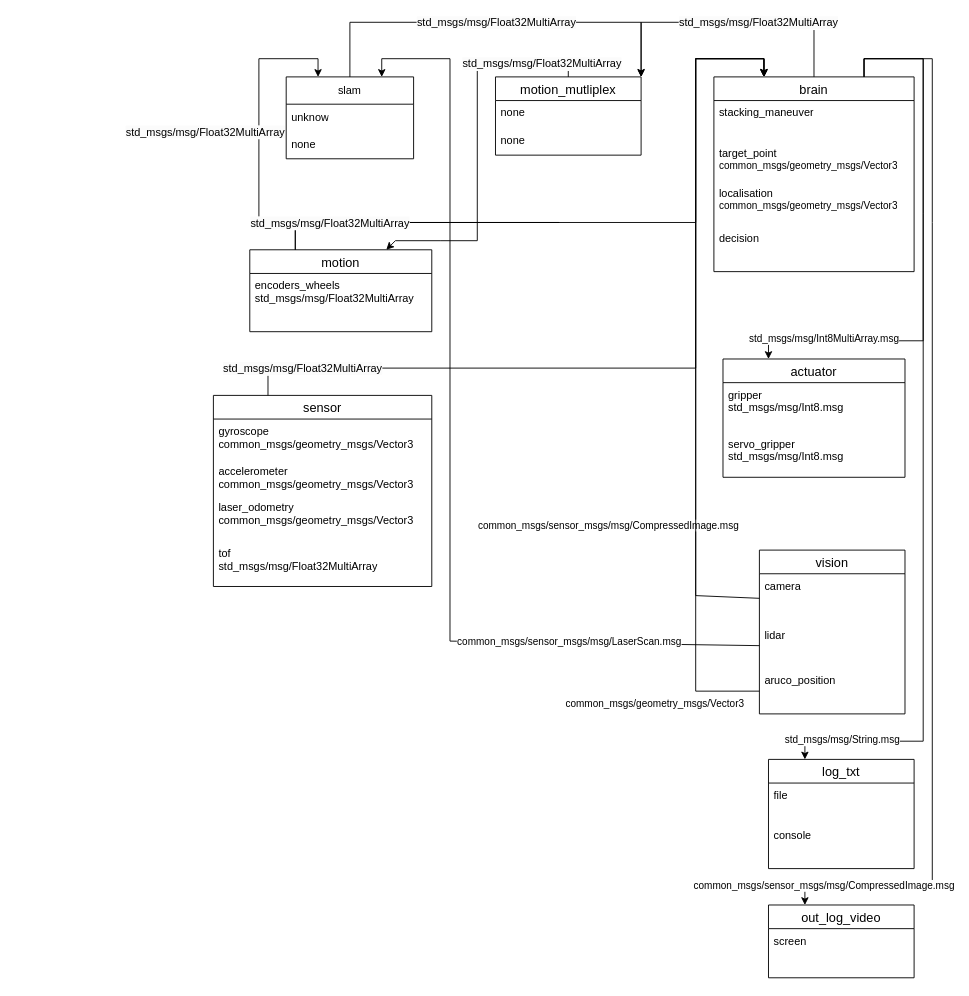
The draw.io diagram software/software_cdf_2025.drawio in Betamax58/coupe-de-france, before the edit. Source tidied: cells renumbered, new cells numbered last; positions are measured from the earlier drawing's top-left corner, leaving out a move shared by most shapes. Both pictures are drawn from the tidied source at 91%, with x=0, y=0 at pixel (213, 22).
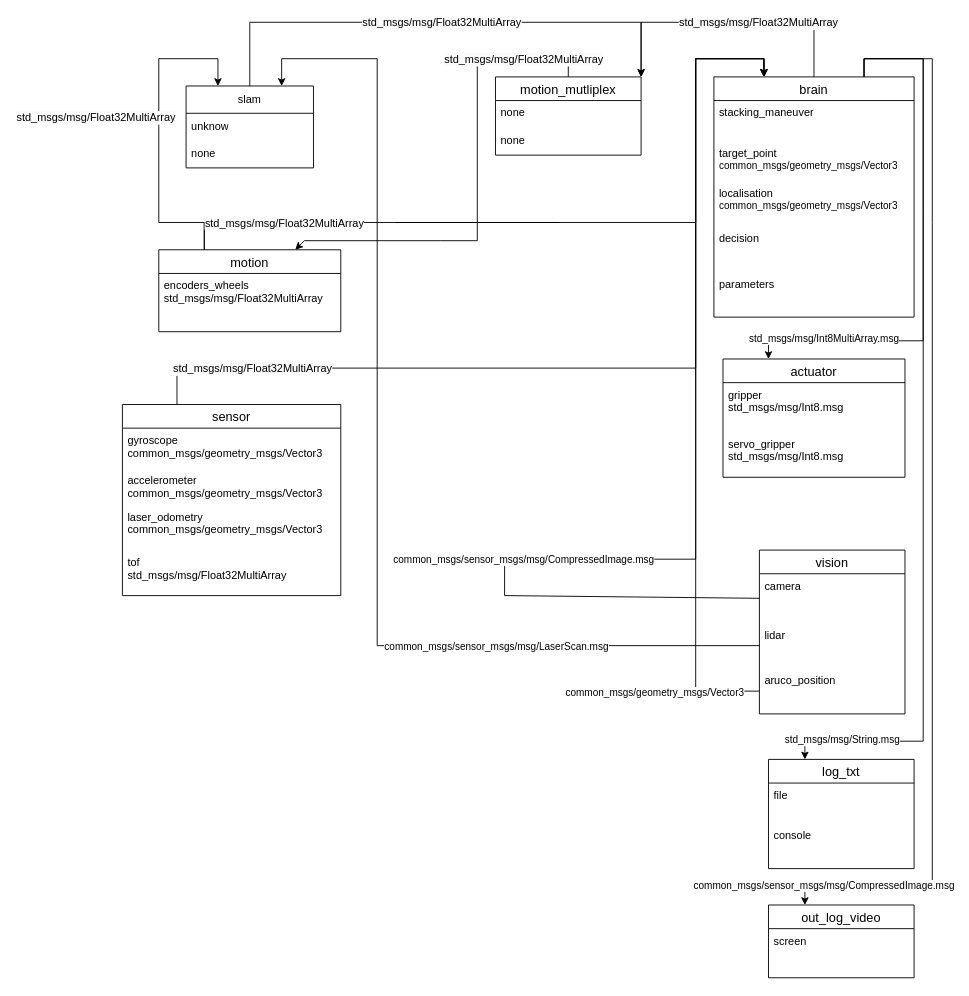
After the change.

Commit message (it also covers changes not shown here):
Mettre à jour software_cdf_2025.drawio

The change refers to these unchanged cells:
```xml
<mxCell id="6" value="camera" style="text;strokeColor=none;fillColor=none;spacingLeft=4;spacingRight=4;overflow=hidden;points=[[0,0.5],[1,0.5]];portConstraint=eastwest;fontSize=12;whiteSpace=wrap;html=1;" parent="5" vertex="1">
  <mxGeometry y="26" width="160" height="54" as="geometry" />
</mxCell>
<mxCell id="7" value="lidar" style="text;strokeColor=none;fillColor=none;spacingLeft=4;spacingRight=4;overflow=hidden;points=[[0,0.5],[1,0.5]];portConstraint=eastwest;fontSize=12;whiteSpace=wrap;html=1;" parent="5" vertex="1">
  <mxGeometry y="80" width="160" height="50" as="geometry" />
</mxCell>
<mxCell id="34" value="motion_mutliplex" style="swimlane;fontStyle=0;horizontal=1;startSize=26;align=center;fontSize=14;" parent="1" vertex="1">
  <mxGeometry x="310" y="60" width="160" height="86" as="geometry" />
</mxCell>
<mxCell id="54" style="endArrow=classic;html=1;rounded=0;exitX=0;exitY=0.5;exitDx=0;exitDy=0;entryX=0.25;entryY=0;entryDx=0;entryDy=0;" parent="1" edge="1" source="8" target="16">
  <mxGeometry relative="1" as="geometry">
    <Array as="points">
      <mxPoint x="530" y="735" />
      <mxPoint x="530" y="40" />
      <mxPoint x="605" y="40" />
    </Array>
  </mxGeometry>
</mxCell>
```

The edit, as a diff of the source:
```diff
@@
     <mxCell id="9" value="sensor" style="swimlane;fontStyle=0;horizontal=1;startSize=26;align=center;fontSize=14;" parent="1" vertex="1">
-      <mxGeometry y="410" width="240" height="210" as="geometry" />
+      <mxGeometry x="-100" y="420" width="240" height="210" as="geometry" />
     </mxCell>
@@
     <mxCell id="14" value="motion" style="swimlane;fontStyle=0;horizontal=1;startSize=26;align=center;fontSize=14;" parent="1" vertex="1">
-      <mxGeometry x="40" y="250" width="200" height="90" as="geometry" />
+      <mxGeometry x="-60" y="250" width="200" height="90" as="geometry" />
     </mxCell>
@@
     <mxCell id="16" value="brain" style="swimlane;fontStyle=0;horizontal=1;startSize=26;align=center;fontSize=14;" parent="1" vertex="1">
-      <mxGeometry x="550" y="60" width="220" height="214" as="geometry" />
+      <mxGeometry x="550" y="60" width="220" height="264" as="geometry" />
     </mxCell>
@@
+    <mxCell id="56" value="parameters" style="text;strokeColor=none;fillColor=none;spacingLeft=4;spacingRight=4;overflow=hidden;fontSize=12;whiteSpace=wrap;html=1;" parent="16" vertex="1">
+      <mxGeometry y="214" width="220" height="50" as="geometry" />
+    </mxCell>
     <mxCell id="21" value="slam" style="swimlane;fontStyle=0;horizontal=1;startSize=30;whiteSpace=wrap;html=1;" parent="1" vertex="1">
-      <mxGeometry x="80" y="60" width="140" height="90" as="geometry" />
+      <mxGeometry x="-30" y="70" width="140" height="90" as="geometry" />
     </mxCell>
@@
     <mxCell id="24" style="endArrow=classic;html=1;rounded=0;exitX=0.25;exitY=0;exitDx=0;exitDy=0;entryX=0.25;entryY=0;entryDx=0;entryDy=0;" parent="1" edge="1" source="14" target="21">
       <mxGeometry relative="1" as="geometry">
         <Array as="points">
-          <mxPoint x="90" y="220" />
-          <mxPoint x="50" y="220" />
-          <mxPoint x="50" y="40" />
-          <mxPoint x="115" y="40" />
+          <mxPoint x="-10" y="220" />
+          <mxPoint x="-60" y="220" />
+          <mxPoint x="-60" y="40" />
+          <mxPoint x="5" y="40" />
         </Array>
       </mxGeometry>
     </mxCell>
     <mxCell id="25" value="&lt;span style=&quot;font-size: 12px; text-align: left; text-wrap-mode: wrap; background-color: rgb(251, 251, 251);&quot;&gt;std_msgs/msg/Float32MultiArray&lt;/span&gt;" style="edgeLabel;html=1;align=center;verticalAlign=middle;" parent="24" vertex="1">
       <mxGeometry relative="1" as="geometry">
-        <mxPoint x="-60" y="-2" as="offset" />
+        <mxPoint x="-70" y="-18" as="offset" />
       </mxGeometry>
     </mxCell>
     <mxCell id="26" style="endArrow=classic;html=1;rounded=0;exitX=0;exitY=0.5;exitDx=0;exitDy=0;entryX=0.75;entryY=0;entryDx=0;entryDy=0;" parent="1" edge="1" source="7" target="21">
       <mxGeometry relative="1" as="geometry">
         <Array as="points">
-          <mxPoint x="260" y="680" />
-          <mxPoint x="260" y="40" />
-          <mxPoint x="185" y="40" />
+          <mxPoint x="180" y="685" />
+          <mxPoint x="180" y="40" />
+          <mxPoint x="75" y="40" />
         </Array>
       </mxGeometry>
     </mxCell>
     <mxCell id="27" value="common_msgs/sensor_msgs/msg/LaserScan.msg" style="edgeLabel;html=1;align=center;verticalAlign=middle;" parent="26" vertex="1">
       <mxGeometry relative="1" as="geometry">
-        <mxPoint x="130" y="198" as="offset" />
+        <mxPoint x="130" y="180" as="offset" />
       </mxGeometry>
     </mxCell>
     <mxCell id="28" style="endArrow=classic;html=1;rounded=0;entryX=0.25;entryY=0;entryDx=0;entryDy=0;exitX=0.25;exitY=0;exitDx=0;exitDy=0;" parent="1" edge="1" source="9" target="16">
       <mxGeometry relative="1" as="geometry">
         <Array as="points">
-          <mxPoint x="60" y="380" />
+          <mxPoint x="-40" y="380" />
           <mxPoint x="530" y="380" />
           <mxPoint x="530" y="40" />
           <mxPoint x="605" y="40" />
         </Array>
       </mxGeometry>
     </mxCell>
@@
     <mxCell id="32" style="endArrow=classic;html=1;rounded=0;exitX=0;exitY=0.5;exitDx=0;exitDy=0;entryX=0.25;entryY=0;entryDx=0;entryDy=0;" parent="1" edge="1" source="6" target="16">
       <mxGeometry relative="1" as="geometry">
         <Array as="points">
-          <mxPoint x="530" y="630" />
+          <mxPoint x="320" y="630" />
+          <mxPoint x="320" y="590" />
+          <mxPoint x="530" y="590" />
           <mxPoint x="530" y="40" />
           <mxPoint x="605" y="40" />
         </Array>
       </mxGeometry>
     </mxCell>
     <mxCell id="33" value="common_msgs/sensor_msgs/msg/CompressedImage.msg" style="edgeLabel;html=1;align=center;verticalAlign=middle;" parent="32" vertex="1">
       <mxGeometry relative="1" as="geometry">
-        <mxPoint x="-97" y="230" as="offset" />
+        <mxPoint x="-190" y="58" as="offset" />
       </mxGeometry>
     </mxCell>
@@
     <mxCell id="39" style="endArrow=classic;html=1;rounded=0;exitX=0.5;exitY=0;exitDx=0;exitDy=0;entryX=1;entryY=0;entryDx=0;entryDy=0;" parent="1" edge="1" source="21" target="34">
       <mxGeometry relative="1" as="geometry">
         <Array as="points">
-          <mxPoint x="150" />
+          <mxPoint x="40" />
           <mxPoint x="300" />
           <mxPoint x="470" />
         </Array>
       </mxGeometry>
     </mxCell>
@@
     <mxCell id="41" style="endArrow=classic;html=1;rounded=0;exitX=0.25;exitY=0;exitDx=0;exitDy=0;entryX=0.25;entryY=0;entryDx=0;entryDy=0;" parent="1" edge="1" source="14" target="16">
       <mxGeometry relative="1" as="geometry">
         <Array as="points">
-          <mxPoint x="90" y="220" />
+          <mxPoint x="-10" y="220" />
           <mxPoint x="160" y="220" />
           <mxPoint x="380" y="220" />
           <mxPoint x="220" y="220" />
           <mxPoint x="200" y="220" />
           <mxPoint x="530" y="220" />
           <mxPoint x="530" y="40" />
           <mxPoint x="605" y="40" />
         </Array>
       </mxGeometry>
     </mxCell>
@@
     <mxCell id="43" style="endArrow=classic;html=1;rounded=0;exitX=0.5;exitY=0;exitDx=0;exitDy=0;entryX=0.75;entryY=0;entryDx=0;entryDy=0;" parent="1" edge="1" source="34" target="14">
       <mxGeometry relative="1" as="geometry">
         <Array as="points">
           <mxPoint x="390" y="40" />
           <mxPoint x="290" y="40" />
           <mxPoint x="290" y="240" />
           <mxPoint x="250" y="240" />
-          <mxPoint x="200" y="240" />
+          <mxPoint x="100" y="240" />
         </Array>
       </mxGeometry>
     </mxCell>
     <mxCell id="44" value="&lt;span style=&quot;font-size: 12px; text-align: left; text-wrap-mode: wrap; background-color: rgb(251, 251, 251);&quot;&gt;std_msgs/msg/Float32MultiArray&lt;/span&gt;" style="edgeLabel;html=1;align=center;verticalAlign=middle;" parent="43" vertex="1">
       <mxGeometry relative="1" as="geometry">
-        <mxPoint x="70" y="-87" as="offset" />
+        <mxPoint x="50" y="-142" as="offset" />
       </mxGeometry>
     </mxCell>
@@
     <mxCell id="55" value="common_msgs/geometry_msgs/Vector3" style="edgeLabel;html=1;align=center;verticalAlign=middle;" parent="54" vertex="1">
       <mxGeometry relative="1" as="geometry">
-        <mxPoint x="-46" y="373" as="offset" />
+        <mxPoint x="-46" y="361" as="offset" />
       </mxGeometry>
     </mxCell>
```
